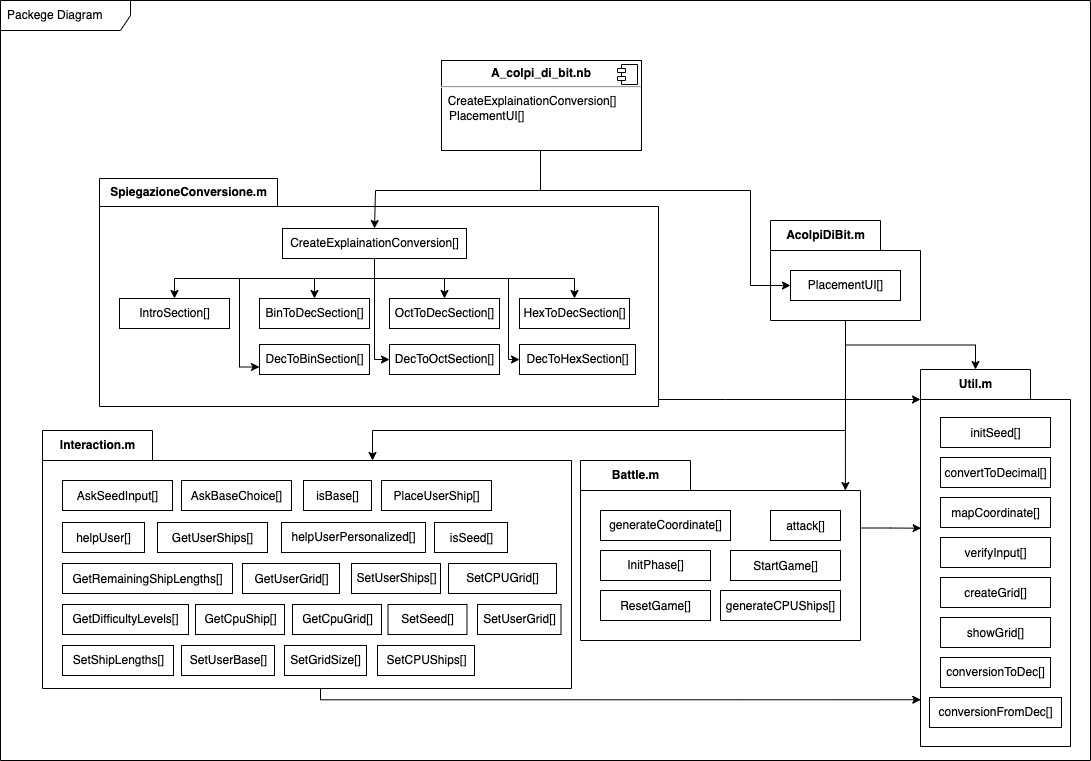
DanyR2001/A_colpi_di_bit keeps this draw.io diagram as Documentazione/Diagram/PackageDiagram.drawio.png. Above is the earlier version. Source tidied: cells renumbered, new cells last; positions are measured from the earlier drawing's top-left corner, leaving out a move shared by most shapes.
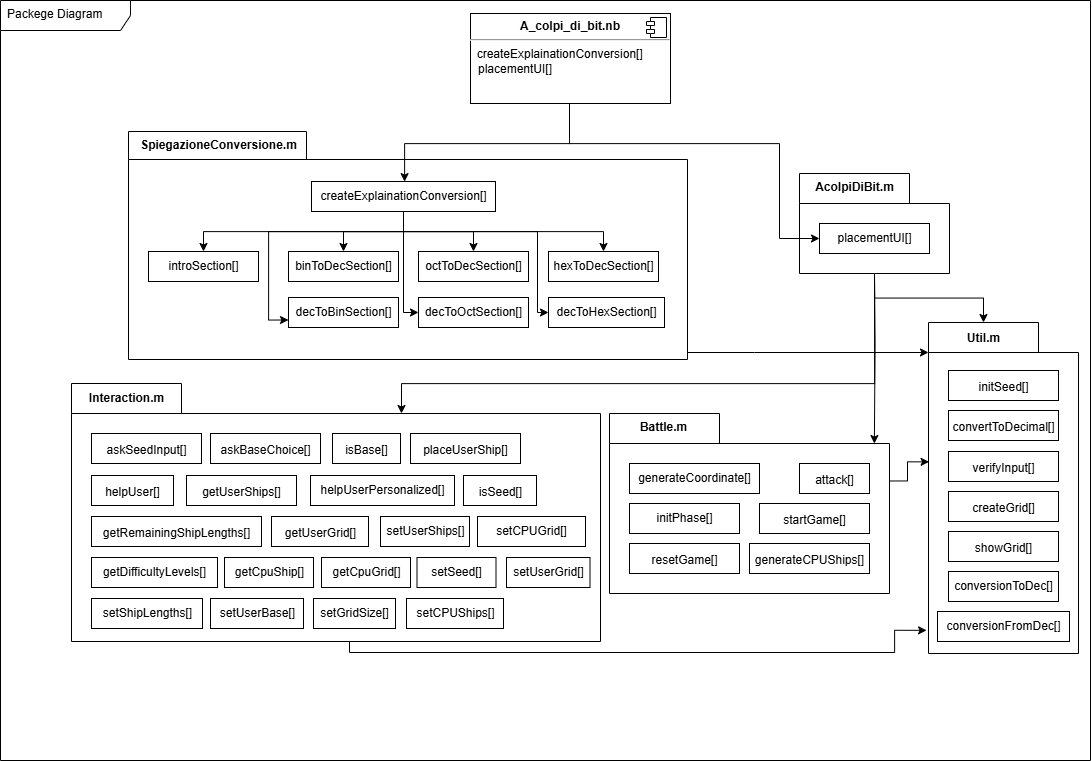
After the commit.

The edit, as a diff of the source:
```diff
@@ -5,3 +5,3 @@
     <mxCell id="2" value="Packege Diagram" style="shape=umlFrame;whiteSpace=wrap;html=1;width=130;height=30;boundedLbl=1;verticalAlign=middle;align=left;spacingLeft=5;fontFamily=Helvetica;fontSize=12;fontColor=default;fillColor=none;" parent="1" vertex="1">
-      <mxGeometry width="1090" height="760" as="geometry" />
+      <mxGeometry x="-29" y="47" width="1090" height="760" as="geometry" />
     </mxCell>
@@ -21,3 +21,3 @@
     </mxCell>
-    <mxCell id="6" value="PlacementUI[]" style="html=1;fontFamily=Helvetica;fontSize=12;fontColor=default;fillColor=none;" parent="5" vertex="1">
+    <mxCell id="6" value="placementUI[]" style="html=1;fontFamily=Helvetica;fontSize=12;fontColor=default;fillColor=none;" parent="5" vertex="1">
       <mxGeometry width="110" height="30" relative="1" as="geometry">
@@ -94,3 +94,3 @@
     </mxCell>
-    <mxCell id="17" value="CreateExplainationConversion[]" style="html=1;fontFamily=Helvetica;fontSize=12;fontColor=default;fillColor=none;" parent="9" vertex="1">
+    <mxCell id="17" value="createExplainationConversion[]" style="html=1;fontFamily=Helvetica;fontSize=12;fontColor=default;fillColor=none;" parent="9" vertex="1">
       <mxGeometry width="184" height="30" relative="1" as="geometry">
@@ -99,21 +99,21 @@
     </mxCell>
-    <mxCell id="18" value="IntroSection[]" style="html=1;fontFamily=Helvetica;fontSize=12;fontColor=default;fillColor=none;" parent="9" vertex="1">
+    <mxCell id="18" value="introSection[]" style="html=1;fontFamily=Helvetica;fontSize=12;fontColor=default;fillColor=none;" parent="9" vertex="1">
       <mxGeometry x="20" y="120" width="110" height="30" as="geometry" />
     </mxCell>
-    <mxCell id="19" value="BinToDecSection[]" style="html=1;fontFamily=Helvetica;fontSize=12;fontColor=default;fillColor=none;" parent="9" vertex="1">
+    <mxCell id="19" value="binToDecSection[]" style="html=1;fontFamily=Helvetica;fontSize=12;fontColor=default;fillColor=none;" parent="9" vertex="1">
       <mxGeometry x="160" y="120" width="110" height="30" as="geometry" />
     </mxCell>
-    <mxCell id="20" value="OctToDecSection[]" style="html=1;fontFamily=Helvetica;fontSize=12;fontColor=default;fillColor=none;" parent="9" vertex="1">
+    <mxCell id="20" value="octToDecSection[]" style="html=1;fontFamily=Helvetica;fontSize=12;fontColor=default;fillColor=none;" parent="9" vertex="1">
       <mxGeometry x="290" y="120" width="110" height="30" as="geometry" />
     </mxCell>
-    <mxCell id="21" value="HexToDecSection[]" style="html=1;fontFamily=Helvetica;fontSize=12;fontColor=default;fillColor=none;" parent="9" vertex="1">
+    <mxCell id="21" value="hexToDecSection[]" style="html=1;fontFamily=Helvetica;fontSize=12;fontColor=default;fillColor=none;" parent="9" vertex="1">
       <mxGeometry x="420" y="120" width="110" height="30" as="geometry" />
     </mxCell>
-    <mxCell id="22" value="DecToBinSection[]" style="html=1;fontFamily=Helvetica;fontSize=12;fontColor=default;fillColor=none;" parent="9" vertex="1">
+    <mxCell id="22" value="decToBinSection[]" style="html=1;fontFamily=Helvetica;fontSize=12;fontColor=default;fillColor=none;" parent="9" vertex="1">
       <mxGeometry x="160" y="166" width="110" height="30" as="geometry" />
     </mxCell>
-    <mxCell id="23" value="DecToOctSection[]" style="html=1;fontFamily=Helvetica;fontSize=12;fontColor=default;fillColor=none;" parent="9" vertex="1">
+    <mxCell id="23" value="decToOctSection[]" style="html=1;fontFamily=Helvetica;fontSize=12;fontColor=default;fillColor=none;" parent="9" vertex="1">
       <mxGeometry x="290" y="166" width="110" height="30" as="geometry" />
     </mxCell>
-    <mxCell id="24" value="DecToHexSection[]" style="html=1;fontFamily=Helvetica;fontSize=12;fontColor=default;fillColor=none;" parent="9" vertex="1">
+    <mxCell id="24" value="decToHexSection[]" style="html=1;fontFamily=Helvetica;fontSize=12;fontColor=default;fillColor=none;" parent="9" vertex="1">
       <mxGeometry x="420" y="166" width="116" height="30" as="geometry" />
@@ -137,3 +137,3 @@
     </mxCell>
-    <mxCell id="27" value="&lt;p style=&quot;margin: 0px ; margin-top: 6px ; text-align: center&quot;&gt;&lt;b&gt;A_colpi_di_bit.nb&lt;/b&gt;&lt;/p&gt;&lt;hr&gt;&lt;span style=&quot;text-align: center&quot;&gt;&amp;nbsp; CreateExplainationConversion[]&lt;/span&gt;&lt;p style=&quot;margin: 0px ; margin-left: 8px&quot;&gt;PlacementUI[]&lt;/p&gt;" style="align=left;overflow=fill;html=1;fontFamily=Helvetica;fontSize=12;fontColor=default;fillColor=none;" parent="1" vertex="1">
+    <mxCell id="27" value="&lt;p style=&quot;margin: 0px ; margin-top: 6px ; text-align: center&quot;&gt;&lt;b&gt;A_colpi_di_bit.nb&lt;/b&gt;&lt;/p&gt;&lt;hr&gt;&lt;span style=&quot;text-align: center&quot;&gt;&amp;nbsp; createExplainationConversion[]&lt;/span&gt;&lt;p style=&quot;margin: 0px ; margin-left: 8px&quot;&gt;placementUI[]&lt;/p&gt;" style="align=left;overflow=fill;html=1;fontFamily=Helvetica;fontSize=12;fontColor=default;fillColor=none;" parent="1" vertex="1">
       <mxGeometry x="441" y="60" width="200" height="90" as="geometry" />
@@ -145,3 +145,3 @@
     </mxCell>
-    <mxCell id="29" style="edgeStyle=orthogonalEdgeStyle;rounded=0;jettySize=auto;html=1;entryX=0.002;entryY=0.876;entryDx=0;entryDy=0;entryPerimeter=0;fontFamily=Helvetica;fontSize=12;fontColor=default;" parent="1" edge="1" source="30" target="60">
+    <mxCell id="29" style="edgeStyle=orthogonalEdgeStyle;rounded=0;jettySize=auto;html=1;entryX=-0.013;entryY=0.93;entryDx=0;entryDy=0;entryPerimeter=0;fontFamily=Helvetica;fontSize=12;fontColor=default;" parent="1" edge="1" source="30" target="60">
       <mxGeometry relative="1" as="geometry">
@@ -149,3 +149,4 @@
           <mxPoint x="320" y="699" />
-          <mxPoint x="920" y="699" />
+          <mxPoint x="865" y="699" />
+          <mxPoint x="865" y="677" />
         </Array>
@@ -156,3 +157,3 @@
     </mxCell>
-    <mxCell id="31" value="&lt;span&gt;&lt;font style=&quot;font-size: 12px&quot;&gt;AskSeedInput[]&lt;/font&gt;&lt;/span&gt;&lt;span style=&quot;font-size: medium&quot;&gt;&lt;/span&gt;" style="html=1;fontFamily=Helvetica;fontSize=12;fontColor=default;fillColor=none;" parent="30" vertex="1">
+    <mxCell id="31" value="&lt;span&gt;&lt;font style=&quot;font-size: 12px&quot;&gt;askSeedInput[]&lt;/font&gt;&lt;/span&gt;&lt;span style=&quot;font-size: medium&quot;&gt;&lt;/span&gt;" style="html=1;fontFamily=Helvetica;fontSize=12;fontColor=default;fillColor=none;" parent="30" vertex="1">
       <mxGeometry width="110" height="30" relative="1" as="geometry">
@@ -164,12 +165,12 @@
     </mxCell>
-    <mxCell id="33" value="&lt;span&gt;&lt;font style=&quot;font-size: 12px&quot;&gt;GetUserGrid[]&lt;/font&gt;&lt;/span&gt;&lt;span style=&quot;font-size: medium&quot;&gt;&lt;/span&gt;" style="html=1;fontFamily=Helvetica;fontSize=12;fontColor=default;fillColor=none;" parent="30" vertex="1">
+    <mxCell id="33" value="&lt;span&gt;&lt;font style=&quot;font-size: 12px&quot;&gt;getUserGrid[]&lt;/font&gt;&lt;/span&gt;&lt;span style=&quot;font-size: medium&quot;&gt;&lt;/span&gt;" style="html=1;fontFamily=Helvetica;fontSize=12;fontColor=default;fillColor=none;" parent="30" vertex="1">
       <mxGeometry x="200" y="133" width="97" height="30" as="geometry" />
     </mxCell>
-    <mxCell id="34" value="&lt;span&gt;&lt;font style=&quot;font-size: 12px&quot;&gt;GetRemainingShipLengths[]&lt;/font&gt;&lt;/span&gt;&lt;span style=&quot;font-size: medium&quot;&gt;&lt;/span&gt;" style="html=1;fontFamily=Helvetica;fontSize=12;fontColor=default;fillColor=none;" parent="30" vertex="1">
+    <mxCell id="34" value="&lt;span&gt;&lt;font style=&quot;font-size: 12px&quot;&gt;getRemainingShipLengths[]&lt;/font&gt;&lt;/span&gt;&lt;span style=&quot;font-size: medium&quot;&gt;&lt;/span&gt;" style="html=1;fontFamily=Helvetica;fontSize=12;fontColor=default;fillColor=none;" parent="30" vertex="1">
       <mxGeometry x="20" y="133" width="170" height="30" as="geometry" />
     </mxCell>
-    <mxCell id="35" value="&lt;span&gt;&lt;font style=&quot;font-size: 12px&quot;&gt;AskBaseChoice[]&lt;/font&gt;&lt;/span&gt;&lt;span style=&quot;font-size: medium&quot;&gt;&lt;/span&gt;" style="html=1;fontFamily=Helvetica;fontSize=12;fontColor=default;fillColor=none;" parent="30" vertex="1">
+    <mxCell id="35" value="&lt;span&gt;&lt;font style=&quot;font-size: 12px&quot;&gt;askBaseChoice[]&lt;/font&gt;&lt;/span&gt;&lt;span style=&quot;font-size: medium&quot;&gt;&lt;/span&gt;" style="html=1;fontFamily=Helvetica;fontSize=12;fontColor=default;fillColor=none;" parent="30" vertex="1">
       <mxGeometry x="139" y="50" width="110" height="30" as="geometry" />
     </mxCell>
-    <mxCell id="36" value="&lt;span&gt;&lt;font style=&quot;font-size: 12px&quot;&gt;PlaceUserShip[]&lt;/font&gt;&lt;/span&gt;&lt;span style=&quot;font-size: medium&quot;&gt;&lt;/span&gt;" style="html=1;fontFamily=Helvetica;fontSize=12;fontColor=default;fillColor=none;" parent="30" vertex="1">
+    <mxCell id="36" value="&lt;span&gt;&lt;font style=&quot;font-size: 12px&quot;&gt;placeUserShip[]&lt;/font&gt;&lt;/span&gt;&lt;span style=&quot;font-size: medium&quot;&gt;&lt;/span&gt;" style="html=1;fontFamily=Helvetica;fontSize=12;fontColor=default;fillColor=none;" parent="30" vertex="1">
       <mxGeometry x="339" y="50" width="110" height="30" as="geometry" />
@@ -182,3 +183,3 @@
     </mxCell>
-    <mxCell id="39" value="&lt;span&gt;&lt;font style=&quot;font-size: 12px&quot;&gt;GetUserShips[]&lt;/font&gt;&lt;/span&gt;&lt;span style=&quot;font-size: medium&quot;&gt;&lt;/span&gt;" style="html=1;fontFamily=Helvetica;fontSize=12;fontColor=default;fillColor=none;" parent="30" vertex="1">
+    <mxCell id="39" value="&lt;span&gt;&lt;font style=&quot;font-size: 12px&quot;&gt;getUserShips[]&lt;/font&gt;&lt;/span&gt;&lt;span style=&quot;font-size: medium&quot;&gt;&lt;/span&gt;" style="html=1;fontFamily=Helvetica;fontSize=12;fontColor=default;fillColor=none;" parent="30" vertex="1">
       <mxGeometry x="115" y="92" width="110" height="30" as="geometry" />
@@ -188,33 +189,33 @@
     </mxCell>
-    <mxCell id="41" value="GetDifficultyLevels[]" style="html=1;fontFamily=Helvetica;fontSize=12;fontColor=default;fillColor=none;" parent="30" vertex="1">
+    <mxCell id="41" value="getDifficultyLevels[]" style="html=1;fontFamily=Helvetica;fontSize=12;fontColor=default;fillColor=none;" parent="30" vertex="1">
       <mxGeometry x="20" y="174" width="126" height="30" as="geometry" />
     </mxCell>
-    <mxCell id="42" value="GetCpuShip[]" style="html=1;fontFamily=Helvetica;fontSize=12;fontColor=default;fillColor=none;" parent="30" vertex="1">
+    <mxCell id="42" value="getCpuShip[]" style="html=1;fontFamily=Helvetica;fontSize=12;fontColor=default;fillColor=none;" parent="30" vertex="1">
       <mxGeometry x="153" y="174" width="89" height="30" as="geometry" />
     </mxCell>
-    <mxCell id="43" value="GetCpuGrid[]" style="html=1;fontFamily=Helvetica;fontSize=12;fontColor=default;fillColor=none;" parent="30" vertex="1">
+    <mxCell id="43" value="getCpuGrid[]" style="html=1;fontFamily=Helvetica;fontSize=12;fontColor=default;fillColor=none;" parent="30" vertex="1">
       <mxGeometry x="250" y="174" width="89" height="30" as="geometry" />
     </mxCell>
-    <mxCell id="44" value="SetShipLengths[]" style="html=1;fontFamily=Helvetica;fontSize=12;fontColor=default;fillColor=none;" parent="30" vertex="1">
+    <mxCell id="44" value="setShipLengths[]" style="html=1;fontFamily=Helvetica;fontSize=12;fontColor=default;fillColor=none;" parent="30" vertex="1">
       <mxGeometry x="20" y="215" width="111" height="30" as="geometry" />
     </mxCell>
-    <mxCell id="45" value="SetUserBase[]" style="html=1;fontFamily=Helvetica;fontSize=12;fontColor=default;fillColor=none;" parent="30" vertex="1">
+    <mxCell id="45" value="setUserBase[]" style="html=1;fontFamily=Helvetica;fontSize=12;fontColor=default;fillColor=none;" parent="30" vertex="1">
       <mxGeometry x="139" y="215" width="93" height="30" as="geometry" />
     </mxCell>
-    <mxCell id="46" value="SetGridSize[]" style="html=1;fontFamily=Helvetica;fontSize=12;fontColor=default;fillColor=none;" parent="30" vertex="1">
+    <mxCell id="46" value="setGridSize[]" style="html=1;fontFamily=Helvetica;fontSize=12;fontColor=default;fillColor=none;" parent="30" vertex="1">
       <mxGeometry x="242" y="215" width="82" height="30" as="geometry" />
     </mxCell>
-    <mxCell id="47" value="SetCPUShips[]" style="html=1;fontFamily=Helvetica;fontSize=12;fontColor=default;fillColor=none;" parent="30" vertex="1">
+    <mxCell id="47" value="setCPUShips[]" style="html=1;fontFamily=Helvetica;fontSize=12;fontColor=default;fillColor=none;" parent="30" vertex="1">
       <mxGeometry x="335" y="215" width="97" height="30" as="geometry" />
     </mxCell>
-    <mxCell id="48" value="SetSeed[]" style="html=1;fontFamily=Helvetica;fontSize=12;fontColor=default;fillColor=none;" parent="30" vertex="1">
+    <mxCell id="48" value="setSeed[]" style="html=1;fontFamily=Helvetica;fontSize=12;fontColor=default;fillColor=none;" parent="30" vertex="1">
       <mxGeometry x="345.5" y="174" width="79" height="30" as="geometry" />
     </mxCell>
-    <mxCell id="49" value="SetUserShips[]" style="html=1;fontFamily=Helvetica;fontSize=12;fontColor=default;fillColor=none;" parent="30" vertex="1">
+    <mxCell id="49" value="setUserShips[]" style="html=1;fontFamily=Helvetica;fontSize=12;fontColor=default;fillColor=none;" parent="30" vertex="1">
       <mxGeometry x="309" y="133" width="89" height="30" as="geometry" />
     </mxCell>
-    <mxCell id="50" value="SetCPUGrid[]" style="html=1;fontFamily=Helvetica;fontSize=12;fontColor=default;fillColor=none;" parent="30" vertex="1">
+    <mxCell id="50" value="setCPUGrid[]" style="html=1;fontFamily=Helvetica;fontSize=12;fontColor=default;fillColor=none;" parent="30" vertex="1">
       <mxGeometry x="406" y="133" width="108" height="30" as="geometry" />
     </mxCell>
-    <mxCell id="51" value="SetUserGrid[]" style="html=1;fontFamily=Helvetica;fontSize=12;fontColor=default;fillColor=none;" parent="30" vertex="1">
+    <mxCell id="51" value="setUserGrid[]" style="html=1;fontFamily=Helvetica;fontSize=12;fontColor=default;fillColor=none;" parent="30" vertex="1">
       <mxGeometry x="435" y="174" width="83.5" height="30" as="geometry" />
@@ -224,3 +225,4 @@
         <Array as="points">
-          <mxPoint x="890" y="527" />
+          <mxPoint x="878" y="527" />
+          <mxPoint x="878" y="508" />
         </Array>
@@ -242,9 +244,9 @@
     </mxCell>
-    <mxCell id="57" value="&lt;span&gt;&lt;font style=&quot;font-size: 12px&quot;&gt;StartGame[]&lt;/font&gt;&lt;/span&gt;&lt;span style=&quot;font-size: medium&quot;&gt;&lt;/span&gt;" style="html=1;fontFamily=Helvetica;fontSize=12;fontColor=default;fillColor=none;" parent="53" vertex="1">
+    <mxCell id="57" value="&lt;span&gt;&lt;font style=&quot;font-size: 12px&quot;&gt;startGame[]&lt;/font&gt;&lt;/span&gt;&lt;span style=&quot;font-size: medium&quot;&gt;&lt;/span&gt;" style="html=1;fontFamily=Helvetica;fontSize=12;fontColor=default;fillColor=none;" parent="53" vertex="1">
       <mxGeometry x="150" y="90" width="110" height="30" as="geometry" />
     </mxCell>
-    <mxCell id="58" value="&lt;span&gt;&lt;font style=&quot;font-size: 12px&quot;&gt;ResetGame[]&lt;/font&gt;&lt;/span&gt;&lt;span style=&quot;font-size: medium&quot;&gt;&lt;/span&gt;" style="html=1;fontFamily=Helvetica;fontSize=12;fontColor=default;fillColor=none;" parent="53" vertex="1">
+    <mxCell id="58" value="&lt;span&gt;&lt;font style=&quot;font-size: 12px&quot;&gt;resetGame[]&lt;/font&gt;&lt;/span&gt;&lt;span style=&quot;font-size: medium&quot;&gt;&lt;/span&gt;" style="html=1;fontFamily=Helvetica;fontSize=12;fontColor=default;fillColor=none;" parent="53" vertex="1">
       <mxGeometry x="20" y="130" width="110" height="30" as="geometry" />
     </mxCell>
-    <mxCell id="59" value="&lt;span&gt;&lt;font style=&quot;font-size: 12px&quot;&gt;InitPhase[]&lt;/font&gt;&lt;/span&gt;" style="html=1;fontFamily=Helvetica;fontSize=12;fontColor=default;fillColor=none;" parent="53" vertex="1">
+    <mxCell id="59" value="&lt;span&gt;&lt;font style=&quot;font-size: 12px&quot;&gt;initPhase[]&lt;/font&gt;&lt;/span&gt;" style="html=1;fontFamily=Helvetica;fontSize=12;fontColor=default;fillColor=none;" parent="53" vertex="1">
       <mxGeometry x="20" y="90" width="110" height="30" as="geometry" />
@@ -252,3 +254,3 @@
     <mxCell id="60" value="Util.m" style="shape=folder;fontStyle=1;tabWidth=110;tabHeight=30;tabPosition=left;html=1;boundedLbl=1;labelInHeader=1;fontFamily=Helvetica;fontSize=12;fontColor=default;fillColor=none;" parent="1" vertex="1">
-      <mxGeometry x="920" y="369" width="150" height="377" as="geometry" />
+      <mxGeometry x="899" y="369" width="150" height="331" as="geometry" />
     </mxCell>
@@ -262,19 +264,16 @@
     </mxCell>
-    <mxCell id="63" value="&lt;span&gt;mapCoordinate[]&lt;/span&gt;&lt;span style=&quot;font-size: medium&quot;&gt;&lt;/span&gt;" style="html=1;fontFamily=Helvetica;fontSize=12;fontColor=default;fillColor=none;" parent="60" vertex="1">
-      <mxGeometry x="20" y="128" width="110" height="30" as="geometry" />
-    </mxCell>
     <mxCell id="64" value="&lt;span&gt;&lt;font style=&quot;font-size: 12px&quot;&gt;verifyInput[]&lt;/font&gt;&lt;/span&gt;&lt;span style=&quot;font-size: medium&quot;&gt;&lt;/span&gt;" style="html=1;fontFamily=Helvetica;fontSize=12;fontColor=default;fillColor=none;" parent="60" vertex="1">
-      <mxGeometry x="20" y="168" width="110" height="30" as="geometry" />
+      <mxGeometry x="20" y="129" width="110" height="30" as="geometry" />
     </mxCell>
     <mxCell id="65" value="&lt;span&gt;&lt;font style=&quot;font-size: 12px&quot;&gt;createGrid[]&lt;/font&gt;&lt;/span&gt;&lt;span style=&quot;font-size: medium&quot;&gt;&lt;/span&gt;" style="html=1;fontFamily=Helvetica;fontSize=12;fontColor=default;fillColor=none;" parent="60" vertex="1">
-      <mxGeometry x="20" y="208" width="110" height="30" as="geometry" />
+      <mxGeometry x="20" y="169" width="110" height="30" as="geometry" />
     </mxCell>
     <mxCell id="66" value="&lt;span&gt;&lt;font style=&quot;font-size: 12px&quot;&gt;showGrid[]&lt;/font&gt;&lt;/span&gt;&lt;span style=&quot;font-size: medium&quot;&gt;&lt;/span&gt;" style="html=1;fontFamily=Helvetica;fontSize=12;fontColor=default;fillColor=none;" parent="60" vertex="1">
-      <mxGeometry x="20" y="248" width="110" height="30" as="geometry" />
+      <mxGeometry x="20" y="209" width="110" height="30" as="geometry" />
     </mxCell>
     <mxCell id="67" value="conversionFromDec[]" style="html=1;fontFamily=Helvetica;fontSize=12;fontColor=default;fillColor=none;" parent="60" vertex="1">
-      <mxGeometry x="9" y="328" width="132" height="30" as="geometry" />
+      <mxGeometry x="9" y="289" width="132" height="30" as="geometry" />
     </mxCell>
     <mxCell id="68" value="conversionToDec[]" style="html=1;fontFamily=Helvetica;fontSize=12;fontColor=default;fillColor=none;" parent="60" vertex="1">
-      <mxGeometry x="20" y="288" width="110" height="30" as="geometry" />
+      <mxGeometry x="20" y="249" width="110" height="30" as="geometry" />
     </mxCell>
```
